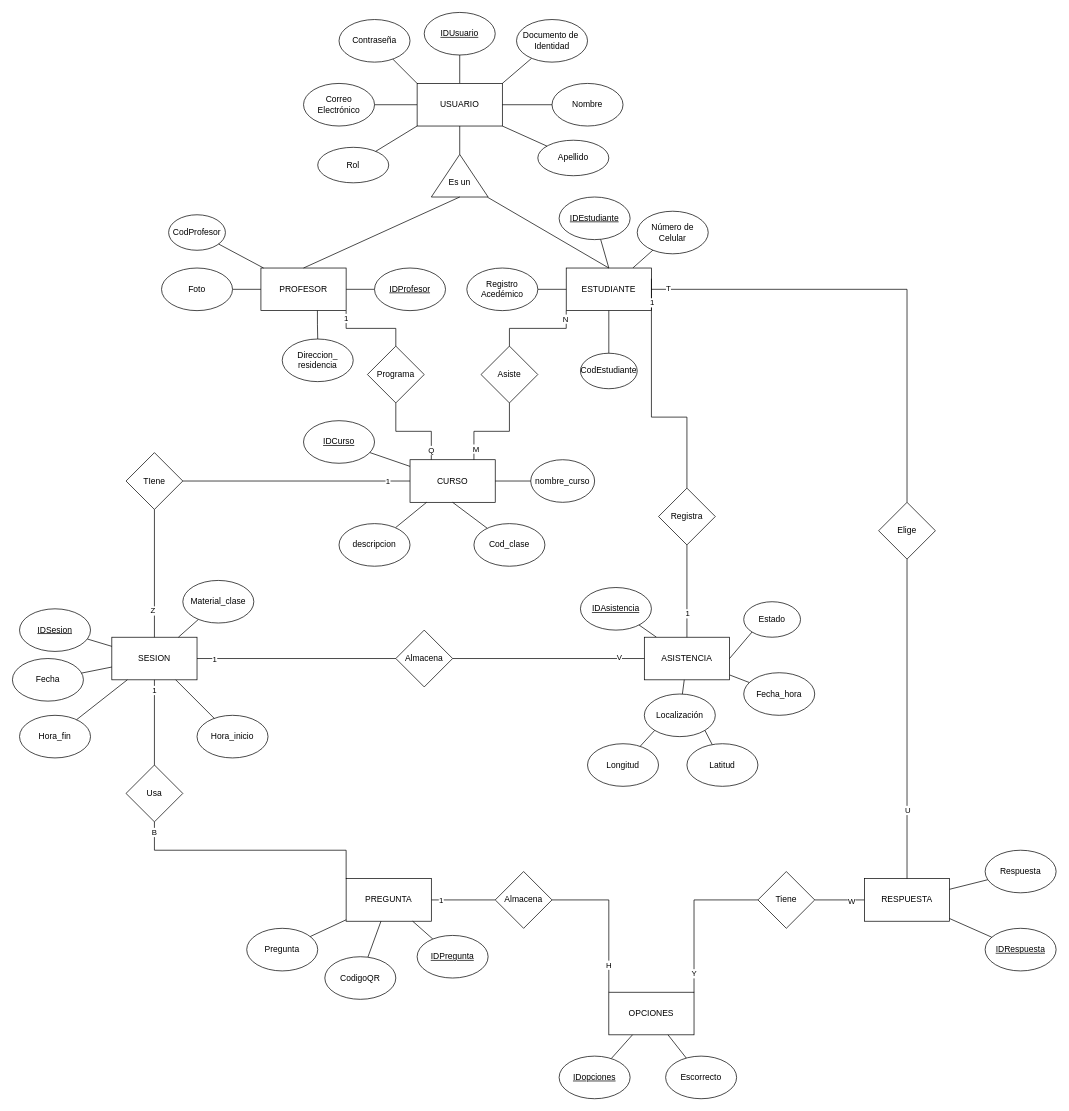
Before: Attenzio Entidad-Relación_02.drawio in 18luisc/Attenzio, a draw.io diagram. Source tidied: cells renumbered, new cells numbered last; positions are measured from the earlier drawing's top-left corner, leaving out a move shared by most shapes. Both pictures are drawn from the tidied source at 71%, with x=0, y=0 at pixel (12, 12).
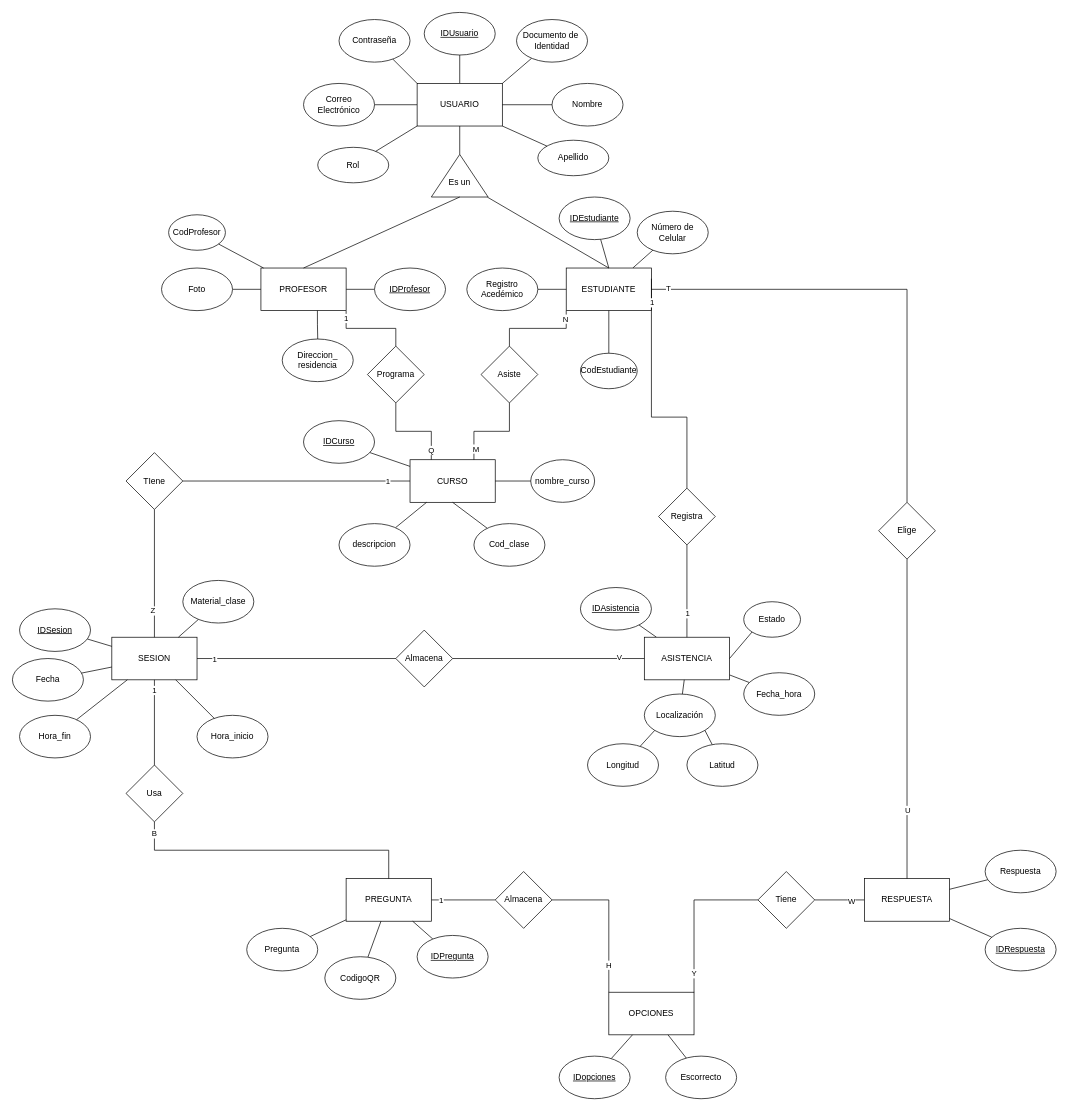
Above is the later version.

Commit message:
Se cambia formato de presentación

Unchanged cells that the change refers to:
```xml
<mxCell id="20" value="PREGUNTA" style="rounded=0;whiteSpace=wrap;html=1;" parent="1" vertex="1">
  <mxGeometry x="470" y="1220" width="120" height="60" as="geometry" />
</mxCell>
<mxCell id="94" value="Usa" style="rhombus;whiteSpace=wrap;html=1;" parent="1" vertex="1">
  <mxGeometry x="160" y="1060" width="80" height="80" as="geometry" />
</mxCell>
```

Diff of the diagram source:
```diff
@@
-    <mxCell id="133" style="endArrow=none;html=1;rounded=0;exitX=0.5;exitY=1;exitDx=0;exitDy=0;entryX=0;entryY=0;entryDx=0;entryDy=0;edgeStyle=orthogonalEdgeStyle;" parent="1" edge="1" source="94" target="20">
+    <mxCell id="133" style="endArrow=none;html=1;rounded=0;exitX=0.5;exitY=1;exitDx=0;exitDy=0;entryX=0.5;entryY=0;entryDx=0;entryDy=0;edgeStyle=orthogonalEdgeStyle;" parent="1" edge="1" source="94" target="20">
       <mxGeometry relative="1" as="geometry" />
     </mxCell>
```
